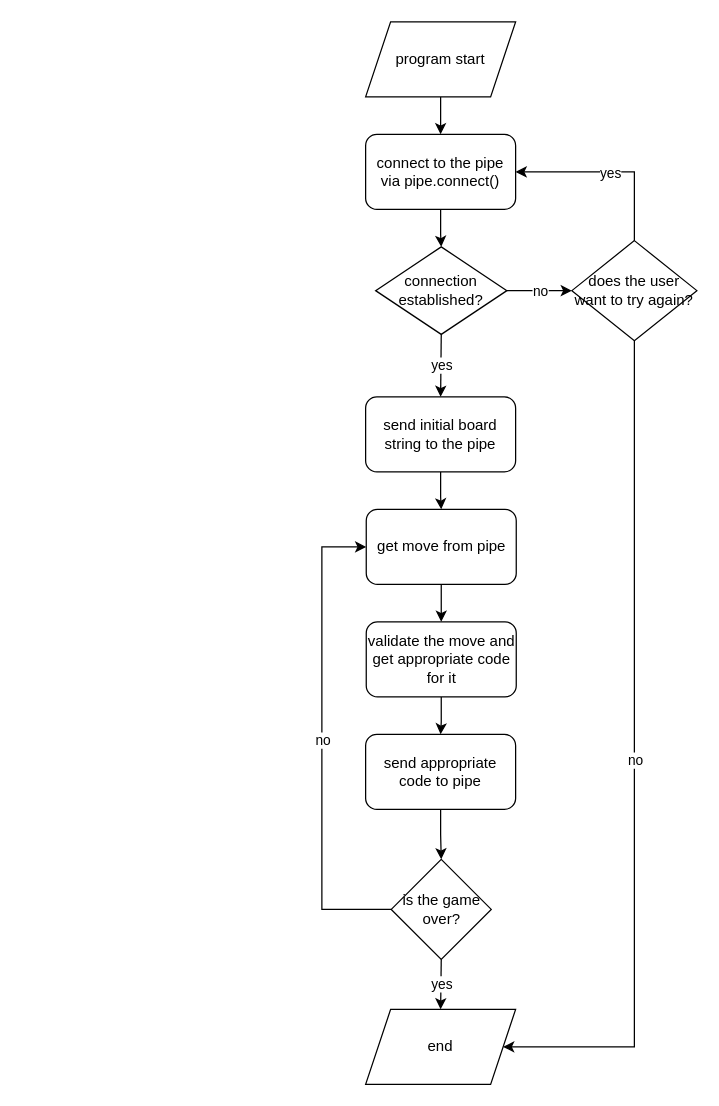
Above: sequence_diagram.drawio in avnogy/chess-engine (draw.io), before the change. Source tidied: cells renumbered, new cells numbered last; positions are measured from the earlier drawing's top-left corner, leaving out a move shared by most shapes. Both pictures are drawn from the tidied source at 125%, with x=0, y=0 at pixel (321, 21).
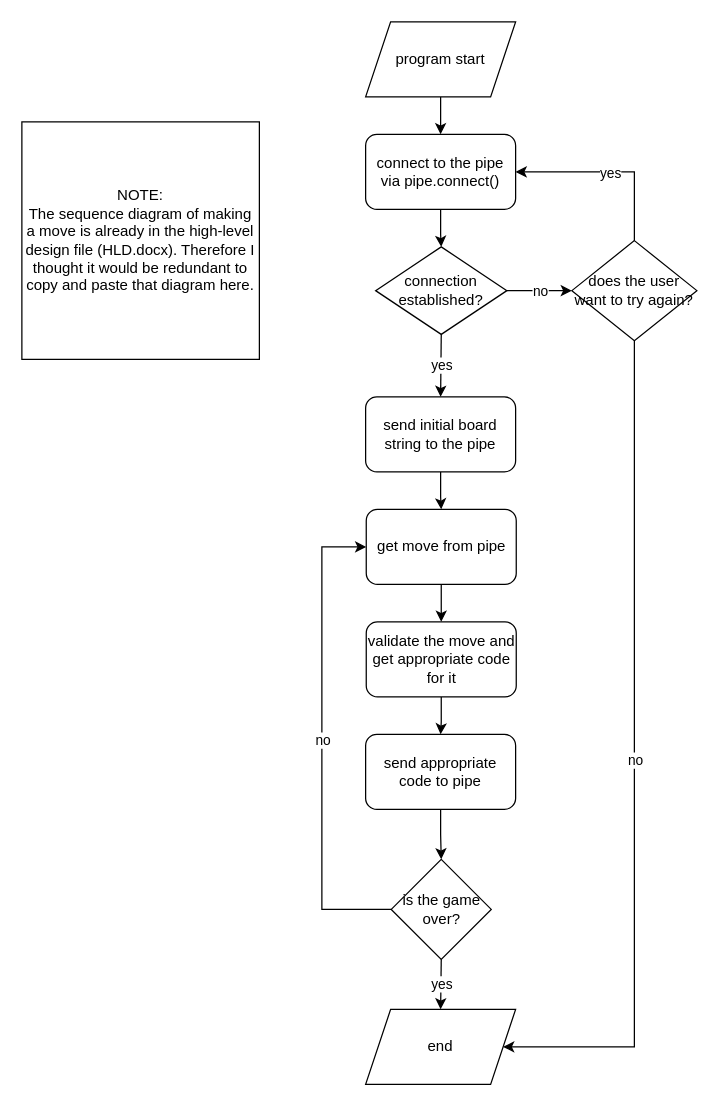
After the change.

Commit message:
Updated sequence diagram

Change to the diagram source:
```diff
@@
+    <mxCell id="30" value="NOTE:&lt;br&gt;The sequence diagram of making a move is already in the high-level design file (HLD.docx). Therefore I thought it would be redundant to copy and paste that diagram here." style="whiteSpace=wrap;html=1;" parent="1" vertex="1">
+      <mxGeometry x="-240" y="80" width="190" height="190" as="geometry" />
+    </mxCell>
```
